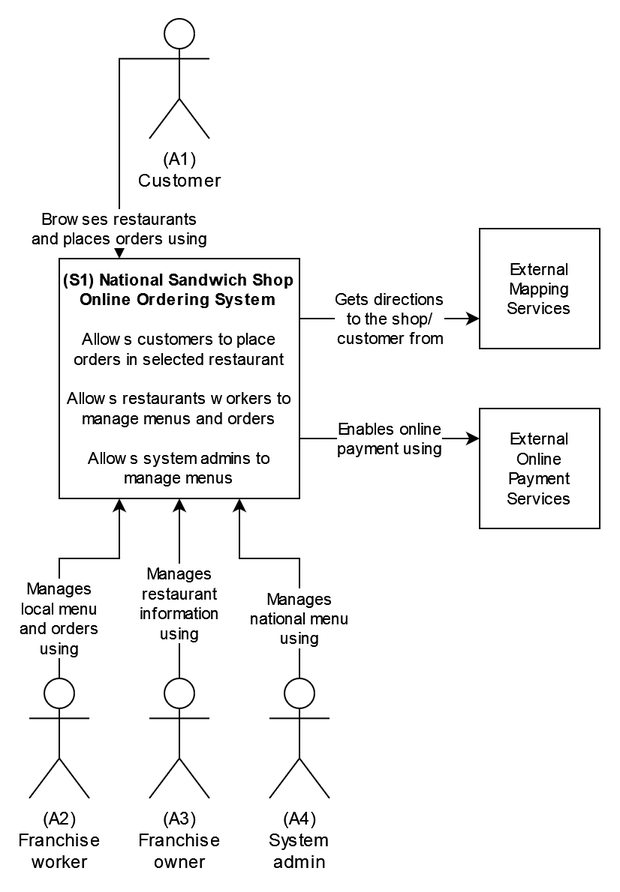
This is system-diagram-1.png from soofka/aop-example, a draw.io export, as it was before one commit. Source tidied: cells renumbered, new cells last; positions are measured from the earlier drawing's top-left corner, leaving out a move shared by most shapes. Its diagram source:
```xml
<mxGraphModel>
  <root>
    <mxCell id="0" />
    <mxCell id="1" parent="0" />
    <mxCell id="2" value="&lt;div&gt;&lt;b&gt;(S1) National Sandwich Shop&lt;/b&gt;&lt;/div&gt;&lt;div&gt;&lt;b&gt;Online Ordering System&lt;br&gt;&lt;/b&gt;&lt;/div&gt;&lt;div&gt;&lt;br&gt;&lt;/div&gt;&lt;div&gt;Allows customers to place orders in selected restaurant&lt;/div&gt;&lt;div&gt;&lt;br&gt;&lt;/div&gt;&lt;div&gt;Allows restaurants workers to manage menus and orders&lt;/div&gt;&lt;div&gt;&lt;br&gt;&lt;/div&gt;&lt;div&gt;Allows system admins to manage menus&lt;br&gt;&lt;/div&gt;" style="rounded=0;whiteSpace=wrap;html=1;fontSize=11;" parent="1" vertex="1">
      <mxGeometry x="20" y="160" width="160" height="160" as="geometry" />
    </mxCell>
    <mxCell id="3" value="&lt;div&gt;External&lt;/div&gt;&lt;div&gt;Mapping&lt;/div&gt;&lt;div&gt;Services&lt;br&gt;&lt;/div&gt;" style="rounded=0;whiteSpace=wrap;html=1;fontSize=11;" parent="1" vertex="1">
      <mxGeometry x="300" y="140" width="80" height="80" as="geometry" />
    </mxCell>
    <mxCell id="4" value="&lt;div&gt;External&lt;/div&gt;&lt;div&gt;Online&lt;/div&gt;&lt;div&gt;Payment&lt;br&gt;&lt;/div&gt;&lt;div&gt;Services&lt;br&gt;&lt;/div&gt;" style="rounded=0;whiteSpace=wrap;html=1;fontSize=11;" parent="1" vertex="1">
      <mxGeometry x="300" y="260" width="80" height="80" as="geometry" />
    </mxCell>
    <mxCell id="5" value="&lt;div&gt;(A1)&lt;/div&gt;&lt;div&gt;Customer&lt;/div&gt;" style="shape=umlActor;verticalLabelPosition=bottom;verticalAlign=top;html=1;outlineConnect=0;" parent="1" vertex="1">
      <mxGeometry x="80" width="40" height="80" as="geometry" />
    </mxCell>
    <mxCell id="6" value="&lt;div&gt;Browses restaurants&lt;/div&gt;&lt;div&gt;and places orders using&lt;br&gt;&lt;/div&gt;" style="endArrow=classic;html=1;rounded=0;fontSize=11;jumpStyle=arc;exitX=0;exitY=0.3333333333333333;exitDx=0;exitDy=0;exitPerimeter=0;entryX=0.25;entryY=0;entryDx=0;entryDy=0;edgeStyle=orthogonalEdgeStyle;" parent="1" edge="1" source="5" target="2">
      <mxGeometry x="0.74" relative="1" as="geometry">
        <Array as="points">
          <mxPoint x="60" y="27" />
        </Array>
      </mxGeometry>
    </mxCell>
    <mxCell id="7" value="&lt;div&gt;(A2)&lt;br&gt;&lt;/div&gt;&lt;div&gt;Franchise&lt;/div&gt;&lt;div&gt;worker&lt;br&gt;&lt;/div&gt;" style="shape=umlActor;verticalLabelPosition=bottom;verticalAlign=top;html=1;outlineConnect=0;" parent="1" vertex="1">
      <mxGeometry y="440" width="40" height="80" as="geometry" />
    </mxCell>
    <mxCell id="8" value="&lt;div&gt;(A3)&lt;/div&gt;&lt;div&gt;Franchise&lt;/div&gt;&lt;div&gt;owner&lt;br&gt;&lt;/div&gt;" style="shape=umlActor;verticalLabelPosition=bottom;verticalAlign=top;html=1;outlineConnect=0;" parent="1" vertex="1">
      <mxGeometry x="80" y="440" width="40" height="80" as="geometry" />
    </mxCell>
    <mxCell id="9" value="&lt;div&gt;(A4)&lt;br&gt;&lt;/div&gt;&lt;div&gt;System&lt;/div&gt;&lt;div&gt;admin&lt;br&gt;&lt;/div&gt;" style="shape=umlActor;verticalLabelPosition=bottom;verticalAlign=top;html=1;outlineConnect=0;" parent="1" vertex="1">
      <mxGeometry x="160" y="440" width="40" height="80" as="geometry" />
    </mxCell>
    <mxCell id="10" value="&lt;div&gt;&lt;div&gt;Manages&lt;/div&gt;&lt;div&gt;local menu&lt;br&gt;&lt;/div&gt;&lt;div&gt;and orders&lt;/div&gt;&lt;div&gt;using&lt;/div&gt;&lt;/div&gt;" style="endArrow=classic;html=1;rounded=0;fontSize=11;jumpStyle=arc;exitX=0.5;exitY=0;exitDx=0;exitDy=0;exitPerimeter=0;entryX=0.25;entryY=1;entryDx=0;entryDy=0;edgeStyle=orthogonalEdgeStyle;" parent="1" edge="1" source="7" target="2">
      <mxGeometry x="-0.5" relative="1" as="geometry">
        <Array as="points">
          <mxPoint x="20" y="360" />
          <mxPoint x="60" y="360" />
        </Array>
      </mxGeometry>
    </mxCell>
    <mxCell id="11" value="Manages&lt;div&gt;restaurant&lt;/div&gt;&lt;div&gt;information&lt;br&gt;&lt;/div&gt;using" style="endArrow=classic;html=1;rounded=0;fontSize=11;jumpStyle=arc;edgeStyle=orthogonalEdgeStyle;exitX=0.5;exitY=0;exitDx=0;exitDy=0;exitPerimeter=0;entryX=0.5;entryY=1;entryDx=0;entryDy=0;" parent="1" edge="1" source="8" target="2">
      <mxGeometry x="-0.17" relative="1" as="geometry">
        <Array as="points">
          <mxPoint x="100" y="330" />
          <mxPoint x="100" y="330" />
        </Array>
      </mxGeometry>
    </mxCell>
    <mxCell id="12" value="&lt;div&gt;Manages&lt;/div&gt;&lt;div&gt;national menu&lt;br&gt;&lt;/div&gt;&lt;div&gt;using&lt;br&gt;&lt;/div&gt;" style="endArrow=classic;html=1;rounded=0;fontSize=11;jumpStyle=arc;edgeStyle=orthogonalEdgeStyle;exitX=0.5;exitY=0;exitDx=0;exitDy=0;exitPerimeter=0;entryX=0.75;entryY=1;entryDx=0;entryDy=0;" parent="1" edge="1" source="9" target="2">
      <mxGeometry x="-0.5" relative="1" as="geometry">
        <Array as="points">
          <mxPoint x="180" y="360" />
          <mxPoint x="140" y="360" />
        </Array>
      </mxGeometry>
    </mxCell>
    <mxCell id="13" value="&lt;div&gt;Gets directions&lt;/div&gt;&lt;div&gt;to the shop/&lt;/div&gt;&lt;div&gt;customer from&lt;br&gt;&lt;/div&gt;" style="endArrow=none;html=1;rounded=0;fontSize=11;jumpStyle=arc;entryX=1;entryY=0.25;entryDx=0;entryDy=0;edgeStyle=orthogonalEdgeStyle;exitX=0;exitY=0.75;exitDx=0;exitDy=0;endFill=0;startArrow=classic;startFill=1;" parent="1" edge="1" source="3" target="2">
      <mxGeometry relative="1" as="geometry" />
    </mxCell>
    <mxCell id="14" value="&lt;div&gt;Enables online&lt;/div&gt;&lt;div&gt;payment using&lt;br&gt;&lt;/div&gt;" style="endArrow=none;html=1;rounded=0;fontSize=11;jumpStyle=arc;entryX=1;entryY=0.75;entryDx=0;entryDy=0;edgeStyle=orthogonalEdgeStyle;exitX=0;exitY=0.25;exitDx=0;exitDy=0;startArrow=classic;startFill=1;endFill=0;" parent="1" edge="1" source="4" target="2">
      <mxGeometry relative="1" as="geometry" />
    </mxCell>
  </root>
</mxGraphModel>
```
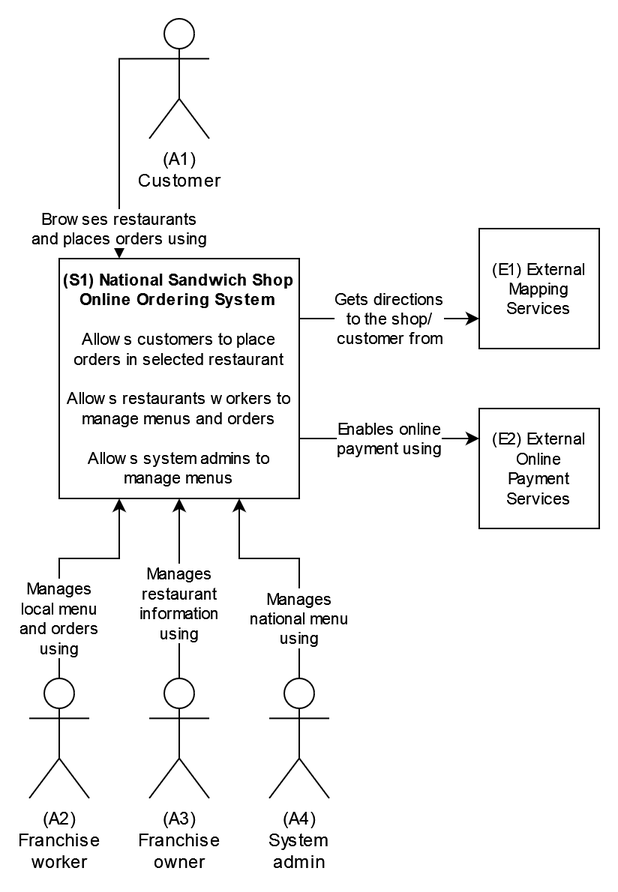
Above is the later version.

Change to the diagram source:
```diff
@@ -5,10 +5,10 @@
     <mxCell id="2" value="&lt;div&gt;&lt;b&gt;(S1) National Sandwich Shop&lt;/b&gt;&lt;/div&gt;&lt;div&gt;&lt;b&gt;Online Ordering System&lt;br&gt;&lt;/b&gt;&lt;/div&gt;&lt;div&gt;&lt;br&gt;&lt;/div&gt;&lt;div&gt;Allows customers to place orders in selected restaurant&lt;/div&gt;&lt;div&gt;&lt;br&gt;&lt;/div&gt;&lt;div&gt;Allows restaurants workers to manage menus and orders&lt;/div&gt;&lt;div&gt;&lt;br&gt;&lt;/div&gt;&lt;div&gt;Allows system admins to manage menus&lt;br&gt;&lt;/div&gt;" style="rounded=0;whiteSpace=wrap;html=1;fontSize=11;" parent="1" vertex="1">
       <mxGeometry x="20" y="160" width="160" height="160" as="geometry" />
     </mxCell>
-    <mxCell id="3" value="&lt;div&gt;External&lt;/div&gt;&lt;div&gt;Mapping&lt;/div&gt;&lt;div&gt;Services&lt;br&gt;&lt;/div&gt;" style="rounded=0;whiteSpace=wrap;html=1;fontSize=11;" parent="1" vertex="1">
+    <mxCell id="3" value="&lt;div&gt;(E1) External&lt;/div&gt;&lt;div&gt;Mapping&lt;/div&gt;&lt;div&gt;Services&lt;br&gt;&lt;/div&gt;" style="rounded=0;whiteSpace=wrap;html=1;fontSize=11;" parent="1" vertex="1">
       <mxGeometry x="300" y="140" width="80" height="80" as="geometry" />
     </mxCell>
-    <mxCell id="4" value="&lt;div&gt;External&lt;/div&gt;&lt;div&gt;Online&lt;/div&gt;&lt;div&gt;Payment&lt;br&gt;&lt;/div&gt;&lt;div&gt;Services&lt;br&gt;&lt;/div&gt;" style="rounded=0;whiteSpace=wrap;html=1;fontSize=11;" parent="1" vertex="1">
+    <mxCell id="4" value="&lt;div&gt;(E2) External&lt;/div&gt;&lt;div&gt;Online&lt;/div&gt;&lt;div&gt;Payment&lt;br&gt;&lt;/div&gt;&lt;div&gt;Services&lt;br&gt;&lt;/div&gt;" style="rounded=0;whiteSpace=wrap;html=1;fontSize=11;" parent="1" vertex="1">
       <mxGeometry x="300" y="260" width="80" height="80" as="geometry" />
     </mxCell>
     <mxCell id="5" value="&lt;div&gt;(A1)&lt;/div&gt;&lt;div&gt;Customer&lt;/div&gt;" style="shape=umlActor;verticalLabelPosition=bottom;verticalAlign=top;html=1;outlineConnect=0;" parent="1" vertex="1">
```
